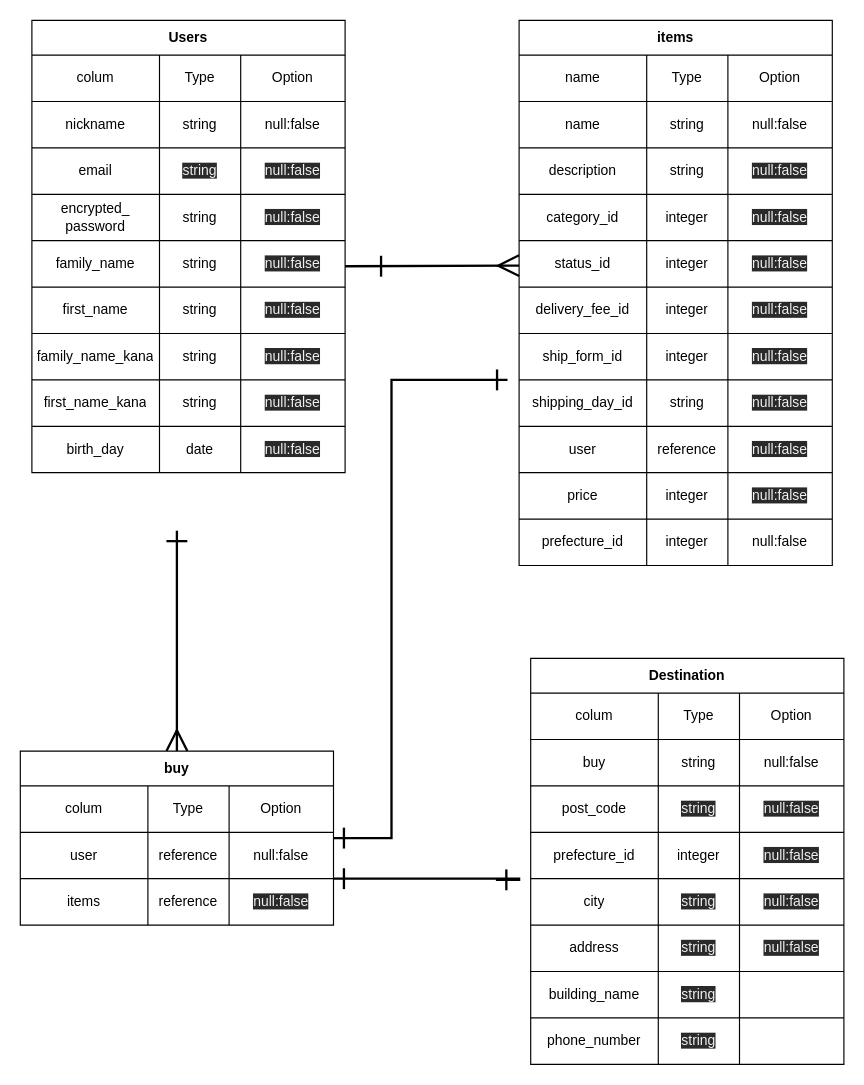
This is app/views/furima.dio from ko614/furima-32485, a draw.io file, before an edit. Source tidied: cells renumbered, new cells numbered last; positions are measured from the earlier drawing's top-left corner, leaving out a move shared by most shapes. Both pictures are drawn from the tidied source at 116%, with x=0, y=0 at pixel (20, 20).
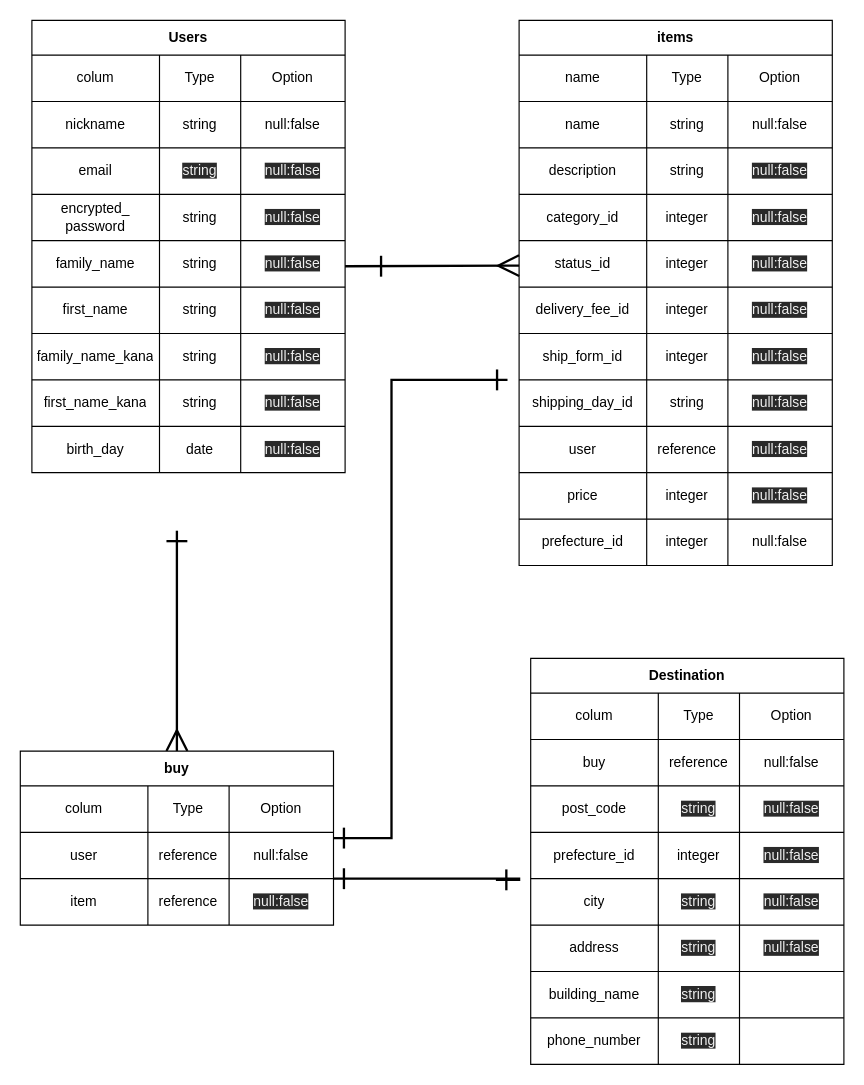
The same page after the edit.

The change refers to these unchanged cells:
```xml
<mxCell id="96" style="shape=partialRectangle;html=1;whiteSpace=wrap;fillColor=none;top=0;left=0;bottom=0;right=0;" parent="87" vertex="1">
  <mxGeometry y="110" width="270" height="40" as="geometry" />
</mxCell>
<mxCell id="105" style="shape=partialRectangle;html=1;whiteSpace=wrap;fillColor=none;top=0;left=0;bottom=0;right=0;" parent="100" vertex="1">
  <mxGeometry y="70" width="270" height="40" as="geometry" />
</mxCell>
```

Change to the diagram source:
```diff
@@
-    <mxCell id="97" value="&lt;div style=&quot;text-align: left&quot;&gt;items&lt;/div&gt;" style="shape=partialRectangle;html=1;whiteSpace=wrap;fillColor=none;top=0;left=0;bottom=0;right=0;overflow=hidden;" parent="96" vertex="1">
+    <mxCell id="97" value="&lt;div style=&quot;text-align: left&quot;&gt;item&lt;/div&gt;" style="shape=partialRectangle;html=1;whiteSpace=wrap;fillColor=none;top=0;left=0;bottom=0;right=0;overflow=hidden;" parent="96" vertex="1">
       <mxGeometry width="110" height="40" as="geometry" />
     </mxCell>
@@
-    <mxCell id="107" value="string" style="shape=partialRectangle;html=1;whiteSpace=wrap;fillColor=none;top=0;left=0;bottom=0;right=0;overflow=hidden;" parent="105" vertex="1">
+    <mxCell id="107" value="reference" style="shape=partialRectangle;html=1;whiteSpace=wrap;fillColor=none;top=0;left=0;bottom=0;right=0;overflow=hidden;" parent="105" vertex="1">
       <mxGeometry x="110" width="70" height="40" as="geometry" />
     </mxCell>
```
